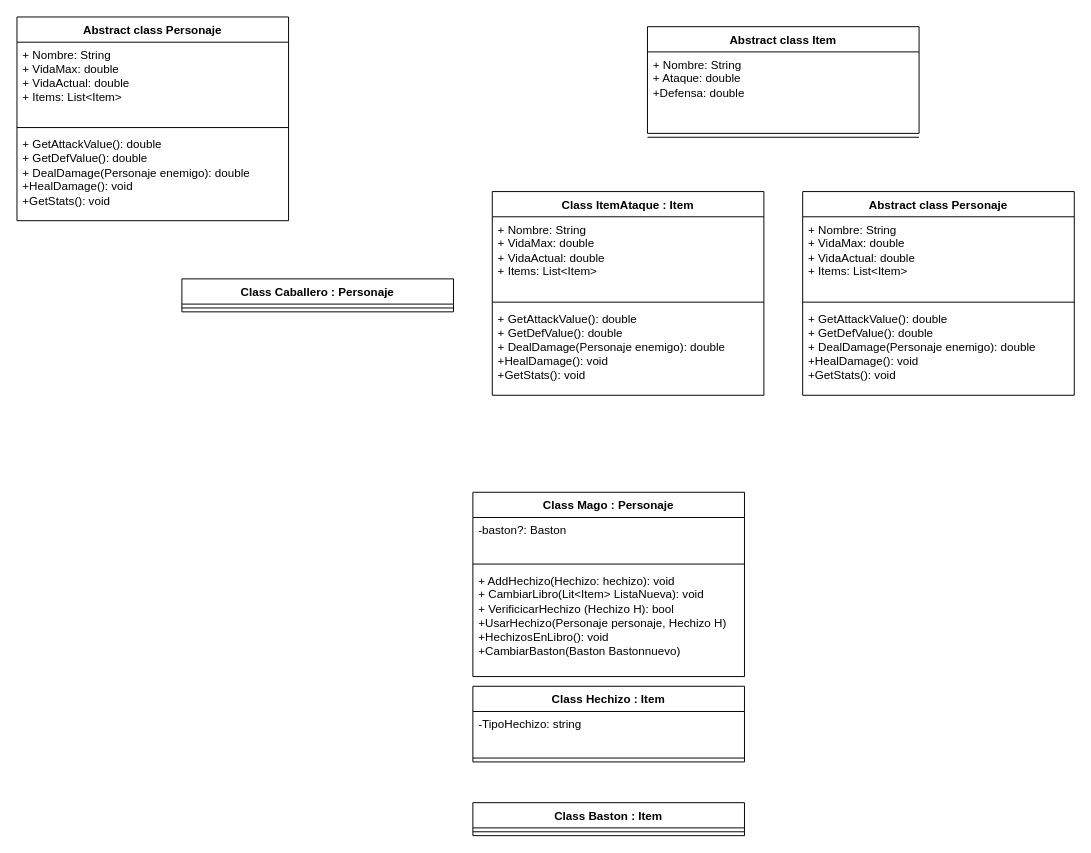
The draw.io diagram src/Library/UML_RolePlaypt1.drawio in MauricioSS215/PII_RoleplayGame_1_Start, before the edit. Source tidied: cells renumbered, new cells numbered last; positions are measured from the earlier drawing's top-left corner, leaving out a move shared by most shapes. Both pictures are drawn from the tidied source at 97%, with x=0, y=0 at pixel (16, 16).
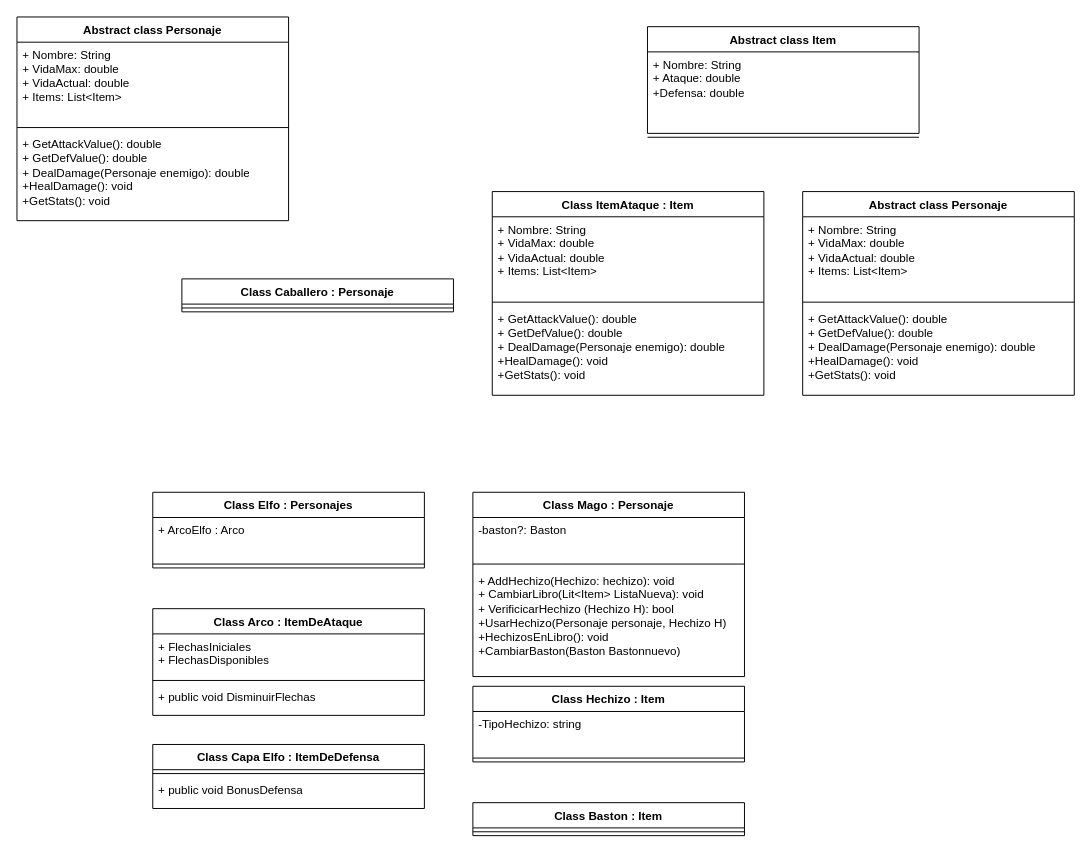
The same page after the edit.

What changed in the source:
```diff
@@
+    <mxCell id="28" value="Class Elfo : Personajes" style="swimlane;fontStyle=1;align=center;verticalAlign=top;horizontal=1;startSize=26;whiteSpace=wrap;html=1;" parent="1" vertex="1">
+      <mxGeometry x="140" y="490" width="280" height="78" as="geometry" />
+    </mxCell>
+    <mxCell id="29" value="+ ArcoElfo : Arco" style="text;strokeColor=none;fillColor=none;align=left;verticalAlign=top;spacingLeft=4;spacingRight=4;overflow=hidden;whiteSpace=wrap;html=1;" parent="28" vertex="1">
+      <mxGeometry y="26" width="280" height="44" as="geometry" />
+    </mxCell>
+    <mxCell id="30" style="line;strokeWidth=1;fillColor=none;align=left;verticalAlign=middle;spacingTop=-1;spacingLeft=3;spacingRight=3;labelPosition=right;strokeColor=inherit;" parent="28" vertex="1">
+      <mxGeometry y="70" width="280" height="8" as="geometry" />
+    </mxCell>
+    <mxCell id="31" value="Class Arco : ItemDeAtaque" style="swimlane;fontStyle=1;align=center;verticalAlign=top;horizontal=1;startSize=26;whiteSpace=wrap;html=1;" parent="1" vertex="1">
+      <mxGeometry x="140" y="610" width="280" height="110" as="geometry" />
+    </mxCell>
+    <mxCell id="32" value="+ FlechasIniciales&lt;br&gt;+ FlechasDisponibles" style="text;strokeColor=none;fillColor=none;align=left;verticalAlign=top;spacingLeft=4;spacingRight=4;overflow=hidden;whiteSpace=wrap;html=1;" parent="31" vertex="1">
+      <mxGeometry y="26" width="280" height="44" as="geometry" />
+    </mxCell>
+    <mxCell id="33" style="line;strokeWidth=1;fillColor=none;align=left;verticalAlign=middle;spacingTop=-1;spacingLeft=3;spacingRight=3;labelPosition=right;strokeColor=inherit;" parent="31" vertex="1">
+      <mxGeometry y="70" width="280" height="8" as="geometry" />
+    </mxCell>
+    <mxCell id="34" value="+ public void DisminuirFlechas" style="text;strokeColor=none;fillColor=none;align=left;verticalAlign=top;spacingLeft=4;spacingRight=4;overflow=hidden;whiteSpace=wrap;html=1;" parent="31" vertex="1">
+      <mxGeometry y="78" width="280" height="32" as="geometry" />
+    </mxCell>
+    <mxCell id="35" value="Class Capa Elfo : ItemDeDefensa" style="swimlane;fontStyle=1;align=center;verticalAlign=top;horizontal=1;startSize=26;whiteSpace=wrap;html=1;" parent="1" vertex="1">
+      <mxGeometry x="140" y="750" width="280" height="66" as="geometry" />
+    </mxCell>
+    <mxCell id="36" style="line;strokeWidth=1;fillColor=none;align=left;verticalAlign=middle;spacingTop=-1;spacingLeft=3;spacingRight=3;labelPosition=right;strokeColor=inherit;" parent="35" vertex="1">
+      <mxGeometry y="26" width="280" height="8" as="geometry" />
+    </mxCell>
+    <mxCell id="37" value="+ public void BonusDefensa" style="text;strokeColor=none;fillColor=none;align=left;verticalAlign=top;spacingLeft=4;spacingRight=4;overflow=hidden;whiteSpace=wrap;html=1;" parent="35" vertex="1">
+      <mxGeometry y="34" width="280" height="32" as="geometry" />
+    </mxCell>
```
